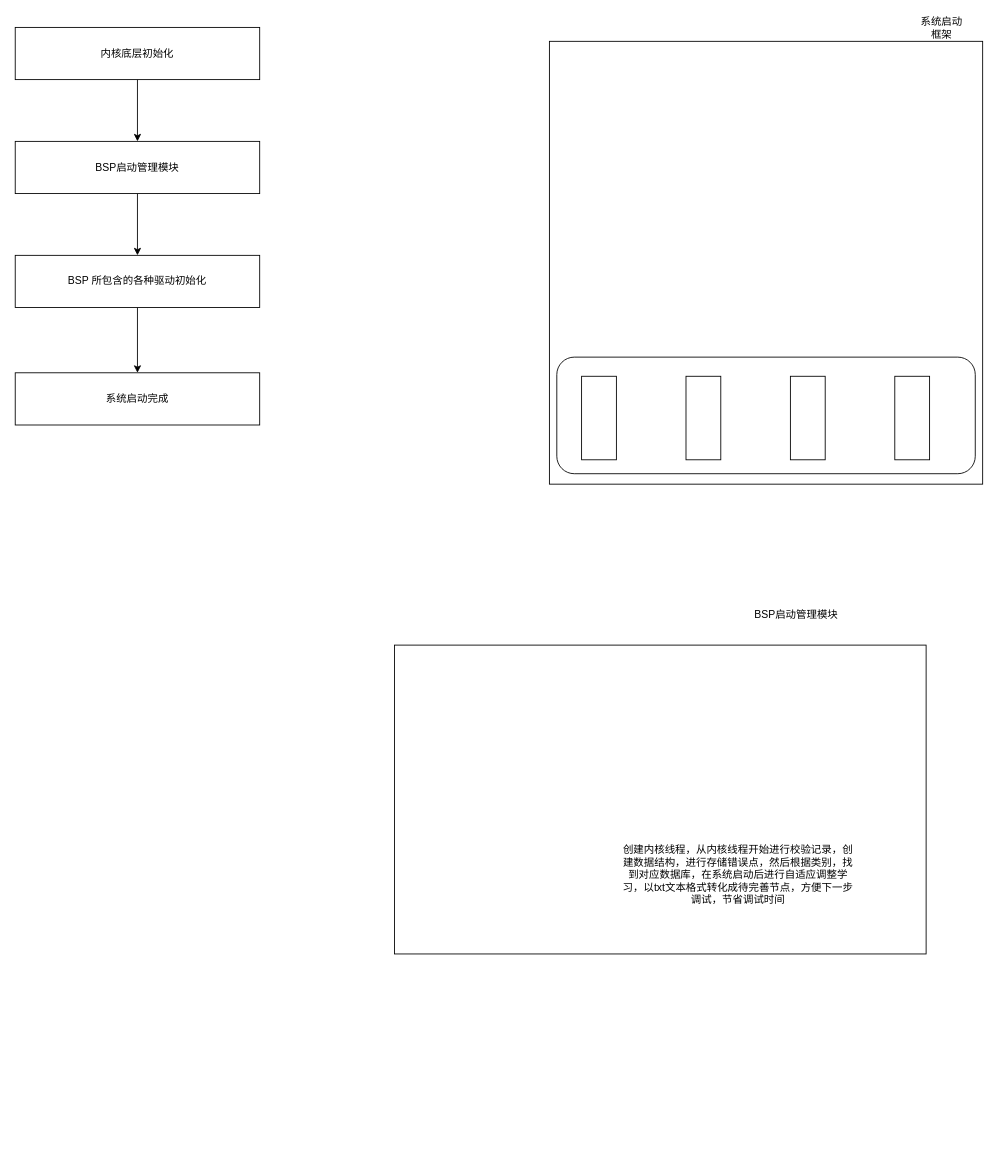
Earlier version of the draw.io diagram BSP启动障碍项.drawio (chiti-liu/linux_study). Source tidied: cells renumbered, new cells numbered last; positions are measured from the earlier drawing's top-left corner, leaving out a move shared by most shapes. Both pictures are drawn from the tidied source at 87%, with x=0, y=0 at pixel (15, 15).
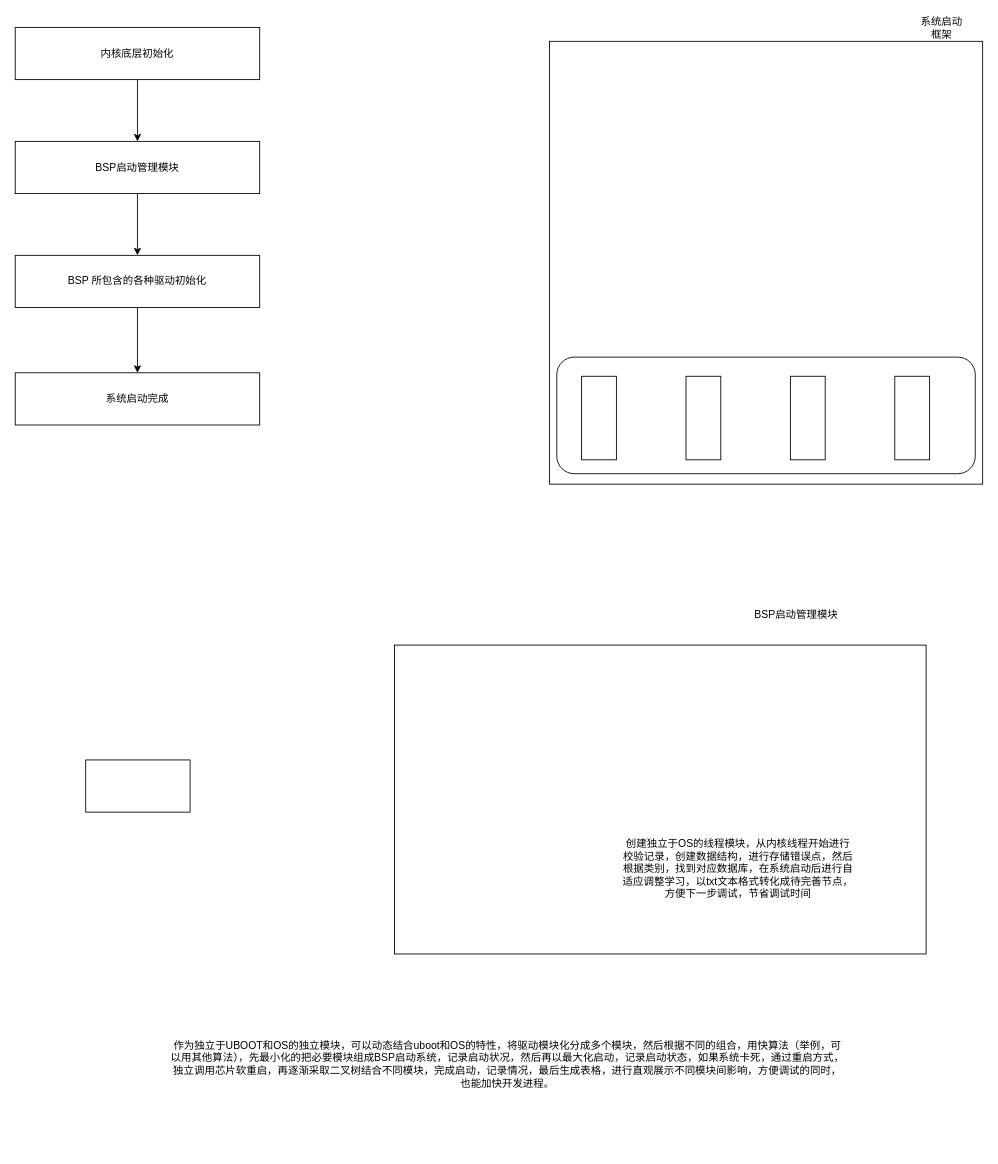
After the change.

Commit message:
更新BSP启动障碍项.drawio

What changed in the source:
```diff
@@
-    <mxCell id="18" value="创建内核线程，从内核线程开始进行校验记录，创建数据结构，进行存储错误点，然后根据类别，找到对应数据库，在系统启动后进行自适应调整学习，以txt文本格式转化成待完善节点，方便下一步调试，节省调试时间" style="text;html=1;align=center;verticalAlign=middle;whiteSpace=wrap;rounded=0;" parent="1" vertex="1">
+    <mxCell id="18" value="创建独立于OS的线程模块，从内核线程开始进行校验记录，创建数据结构，进行存储错误点，然后根据类别，找到对应数据库，在系统启动后进行自适应调整学习，以txt文本格式转化成待完善节点，方便下一步调试，节省调试时间&lt;div&gt;&lt;br&gt;&lt;/div&gt;" style="text;html=1;align=center;verticalAlign=middle;whiteSpace=wrap;rounded=0;" parent="1" vertex="1">
       <mxGeometry x="696" y="947" width="270" height="82" as="geometry" />
     </mxCell>
+    <mxCell id="19" style="rounded=0;whiteSpace=wrap;html=1;" parent="1" vertex="1">
+      <mxGeometry x="81" y="856" width="120" height="60" as="geometry" />
+    </mxCell>
+    <mxCell id="20" value="作为独立于UBOOT和OS的独立模块，可以动态结合uboot和OS的特性，将驱动模块化分成多个模块，然后根据不同的组合，用快算法（举例，可以用其他算法），先最小化的把必要模块组成BSP启动系统，记录启动状况，然后再以最大化启动，记录启动状态，如果系统卡死，通过重启方式，独立调用芯片软重启，再逐渐采取二叉树结合不同模块，完成启动，记录情况，最后生成表格，进行直观展示不同模块间影响，方便调试的同时，也能加快开发进程。" style="text;html=1;align=center;verticalAlign=middle;whiteSpace=wrap;rounded=0;" parent="1" vertex="1">
+      <mxGeometry x="177" y="1108" width="778" height="196" as="geometry" />
+    </mxCell>
```
